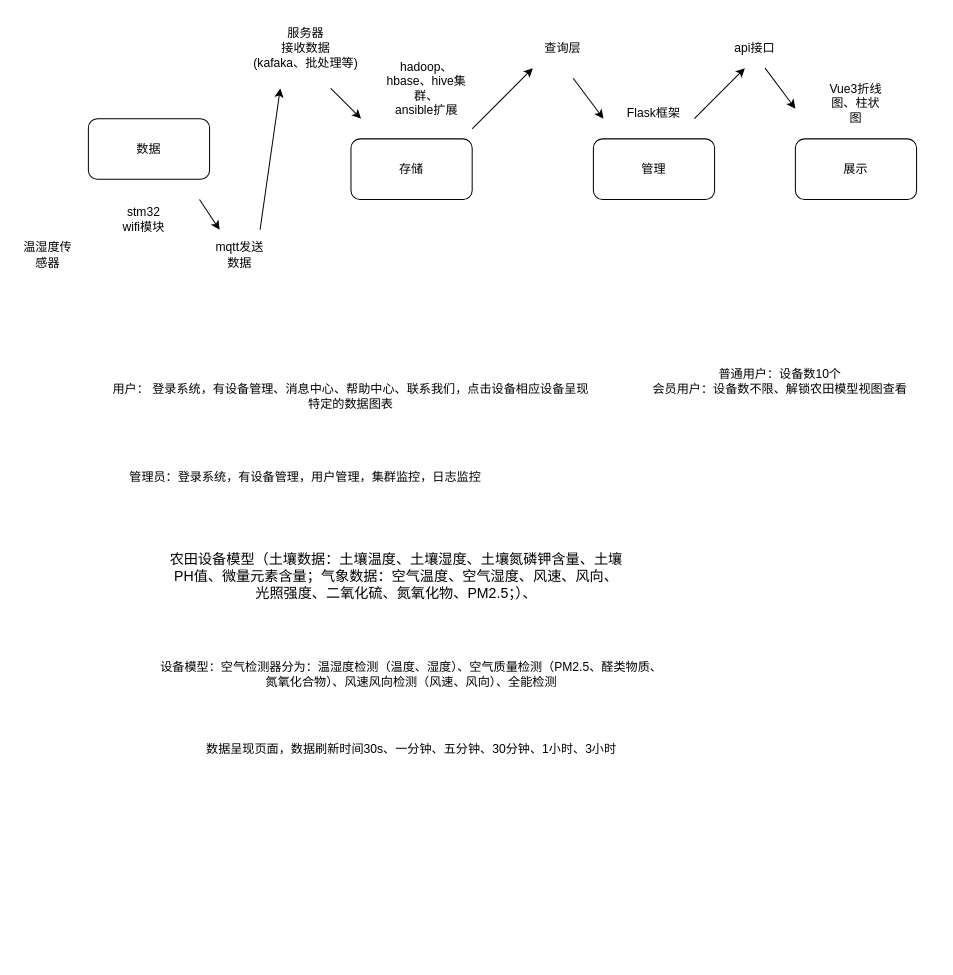
Before: NexusScale.drawio in HarmmerRay/NexusScale-Manage, a draw.io diagram. Source tidied: cells renumbered, new cells numbered last; positions are measured from the earlier drawing's top-left corner, leaving out a move shared by most shapes. Both pictures are drawn from the tidied source at 101%, with x=0, y=0 at pixel (17, 17).
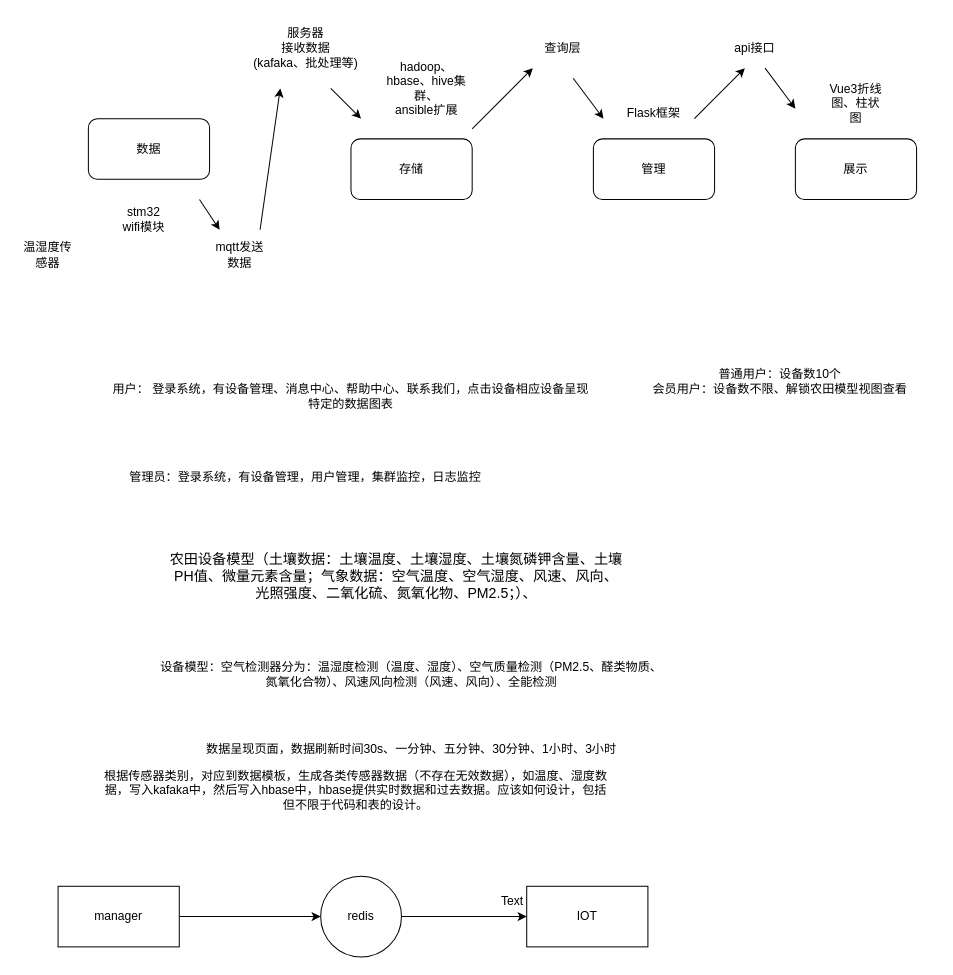
After the change.

Diff of the diagram source:
```diff
@@
+    <mxCell id="28" style="edgeStyle=orthogonalEdgeStyle;rounded=0;jettySize=auto;html=1;entryX=0;entryY=0.5;entryDx=0;entryDy=0;" parent="1" edge="1" source="29" target="32">
+      <mxGeometry relative="1" as="geometry" />
+    </mxCell>
+    <mxCell id="29" value="manager" style="rounded=0;whiteSpace=wrap;html=1;" parent="1" vertex="1">
+      <mxGeometry x="40" y="860" width="120" height="60" as="geometry" />
+    </mxCell>
+    <mxCell id="30" value="IOT" style="rounded=0;whiteSpace=wrap;html=1;" parent="1" vertex="1">
+      <mxGeometry x="504" y="860" width="120" height="60" as="geometry" />
+    </mxCell>
+    <mxCell id="31" style="edgeStyle=orthogonalEdgeStyle;rounded=0;jettySize=auto;html=1;entryX=0;entryY=0.5;entryDx=0;entryDy=0;" parent="1" edge="1" source="32" target="30">
+      <mxGeometry relative="1" as="geometry" />
+    </mxCell>
+    <mxCell id="32" value="redis" style="ellipse;whiteSpace=wrap;html=1;" parent="1" vertex="1">
+      <mxGeometry x="300" y="850" width="80" height="80" as="geometry" />
+    </mxCell>
+    <mxCell id="33" value="Text" style="text;html=1;align=center;verticalAlign=middle;whiteSpace=wrap;rounded=0;" parent="1" vertex="1">
+      <mxGeometry x="460" y="860" width="60" height="30" as="geometry" />
+    </mxCell>
+    <mxCell id="34" value="根据传感器类别，对应到数据模板，生成各类传感器数据（不存在无效数据），如温度、湿度数据，写入kafaka中，然后写入hbase中，hbase提供实时数据和过去数据。应该如何设计，包括但不限于代码和表的设计。" style="text;html=1;align=center;verticalAlign=middle;whiteSpace=wrap;rounded=0;" parent="1" vertex="1">
+      <mxGeometry x="80" y="740" width="510" height="50" as="geometry" />
+    </mxCell>
```
